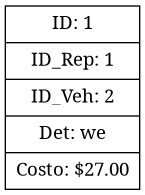
eric-rojas/-EDD-1S2025_202200331 keeps this Graphviz diagram as FASE_2/AutoGestPro/Reports/servicios.png. Above is the earlier version. Its source is kept beside it as FASE_2/AutoGestPro/Reports/servicios.dot.
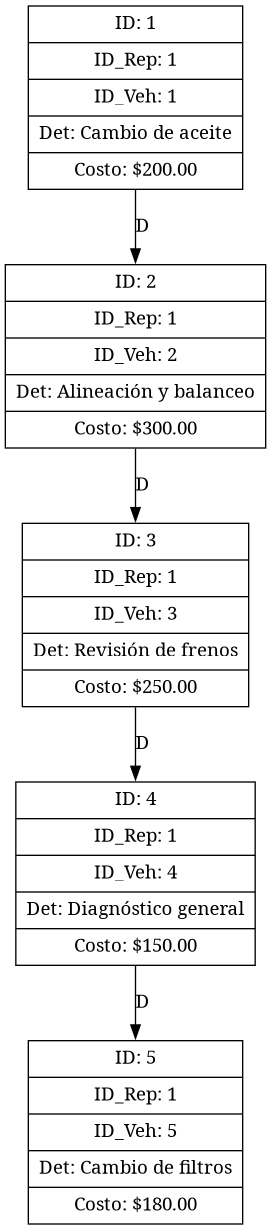
Above is the later version.

The edit, as a diff of the source:
```diff
@@ -1,4 +1,12 @@
 digraph ArbolServicios {
 node [shape=record];
-node1 [label="{ID: 1|ID_Rep: 1|ID_Veh: 2|Det: we|Costo: $27.00}"];
+node1 [label="{ID: 1|ID_Rep: 1|ID_Veh: 1|Det: Cambio de aceite|Costo: $200.00}"];
+node1 -> node2 [label="D"];
+node2 [label="{ID: 2|ID_Rep: 1|ID_Veh: 2|Det: Alineación y balanceo|Costo: $300.00}"];
+node2 -> node3 [label="D"];
+node3 [label="{ID: 3|ID_Rep: 1|ID_Veh: 3|Det: Revisión de frenos|Costo: $250.00}"];
+node3 -> node4 [label="D"];
+node4 [label="{ID: 4|ID_Rep: 1|ID_Veh: 4|Det: Diagnóstico general|Costo: $150.00}"];
+node4 -> node5 [label="D"];
+node5 [label="{ID: 5|ID_Rep: 1|ID_Veh: 5|Det: Cambio de filtros|Costo: $180.00}"];
 }
```
